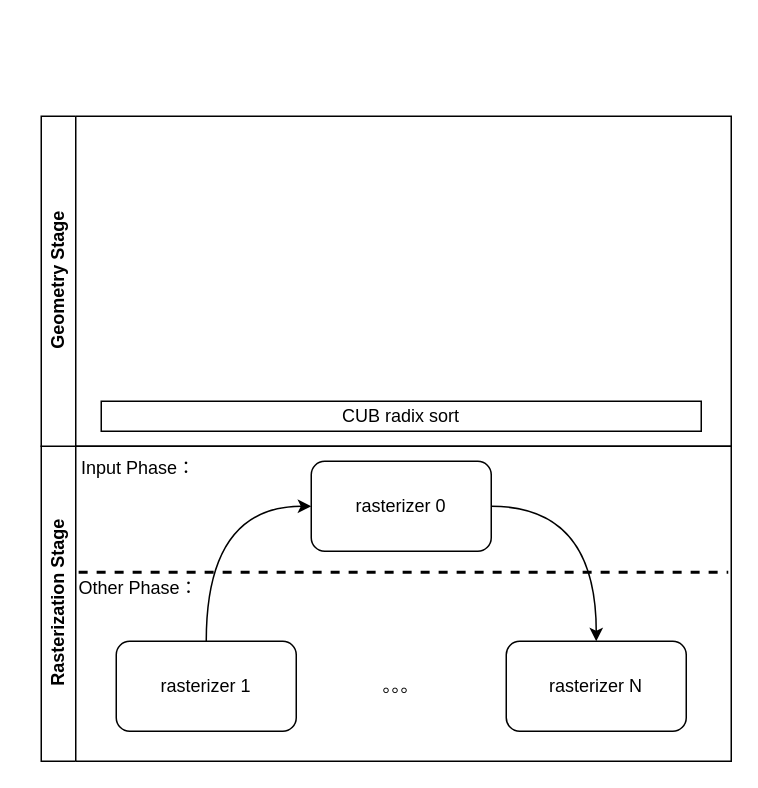
The draw.io diagram sig18primitiveorder.drawio in spaceboy202105/img, before the edit. Source tidied: cells renumbered, new cells numbered last; positions are measured from the earlier drawing's top-left corner, leaving out a move shared by most shapes. Both pictures are drawn from the tidied source at 150%, with x=0, y=0 at pixel (26, 116).
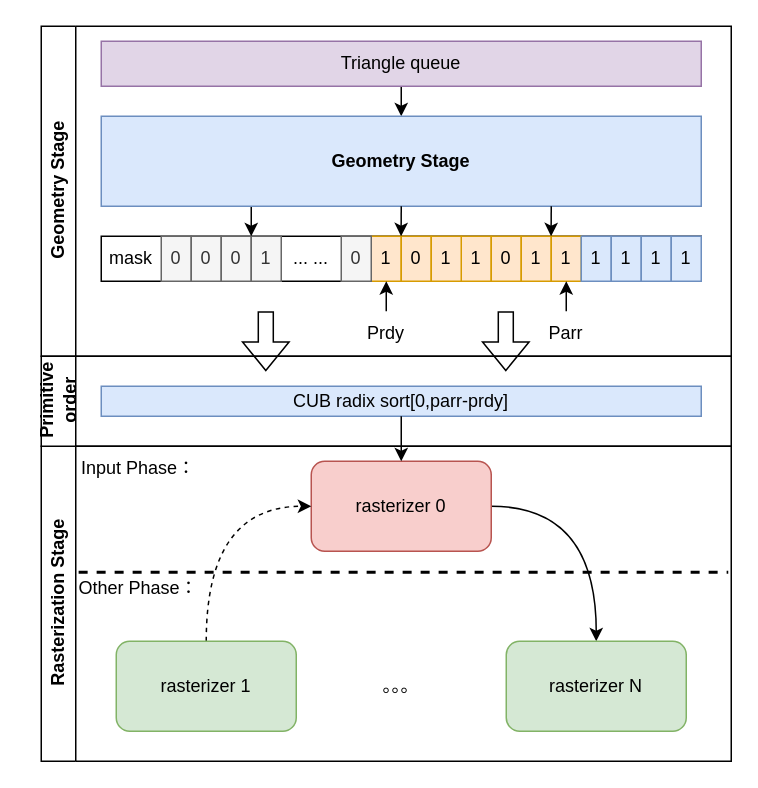
The same diagram, later.

The change refers to these unchanged cells:
```xml
<mxCell id="3" value="Rasterization Stage" style="swimlane;horizontal=0;whiteSpace=wrap;html=1;" parent="1" vertex="1">
  <mxGeometry x="10" y="220" width="460" height="210" as="geometry" />
</mxCell>
```

What changed in the source:
```diff
@@
-    <mxCell id="5" value="rasterizer 0" style="rounded=1;whiteSpace=wrap;html=1;" parent="3" vertex="1">
+    <mxCell id="5" value="rasterizer 0" style="rounded=1;whiteSpace=wrap;html=1;fillColor=#f8cecc;strokeColor=#b85450;" parent="3" vertex="1">
       <mxGeometry x="180" y="10" width="120" height="60" as="geometry" />
     </mxCell>
-    <mxCell id="6" style="edgeStyle=orthogonalEdgeStyle;rounded=0;jettySize=auto;html=1;exitX=0.5;exitY=0;exitDx=0;exitDy=0;entryX=0;entryY=0.5;entryDx=0;entryDy=0;curved=1;" parent="3" edge="1" source="7" target="5">
+    <mxCell id="6" style="edgeStyle=orthogonalEdgeStyle;rounded=0;jettySize=auto;html=1;exitX=0.5;exitY=0;exitDx=0;exitDy=0;entryX=0;entryY=0.5;entryDx=0;entryDy=0;curved=1;dashed=1;" parent="3" edge="1" source="7" target="5">
       <mxGeometry relative="1" as="geometry" />
     </mxCell>
-    <mxCell id="7" value="rasterizer 1" style="rounded=1;whiteSpace=wrap;html=1;" parent="3" vertex="1">
+    <mxCell id="7" value="rasterizer 1" style="rounded=1;whiteSpace=wrap;html=1;fillColor=#d5e8d4;strokeColor=#82b366;" parent="3" vertex="1">
       <mxGeometry x="50" y="130" width="120" height="60" as="geometry" />
     </mxCell>
-    <mxCell id="8" value="rasterizer N" style="rounded=1;whiteSpace=wrap;html=1;" parent="3" vertex="1">
+    <mxCell id="8" value="rasterizer N" style="rounded=1;whiteSpace=wrap;html=1;fillColor=#d5e8d4;strokeColor=#82b366;" parent="3" vertex="1">
       <mxGeometry x="310" y="130" width="120" height="60" as="geometry" />
     </mxCell>
@@
     <mxCell id="12" value="Geometry Stage" style="swimlane;horizontal=0;whiteSpace=wrap;html=1;" parent="1" vertex="1">
-      <mxGeometry x="10" width="460" height="220" as="geometry" />
+      <mxGeometry x="10" y="-60" width="460" height="220" as="geometry" />
     </mxCell>
+    <mxCell id="14" style="rounded=0;whiteSpace=wrap;html=1;" parent="12" vertex="1">
+      <mxGeometry x="40" y="140" width="400" height="30" as="geometry" />
+    </mxCell>
+    <mxCell id="15" value="0" style="rounded=0;whiteSpace=wrap;html=1;fillColor=#f5f5f5;fontColor=#333333;strokeColor=#666666;" parent="12" vertex="1">
+      <mxGeometry x="80" y="140" width="20" height="30" as="geometry" />
+    </mxCell>
+    <mxCell id="16" value="0" style="rounded=0;whiteSpace=wrap;html=1;fillColor=#f5f5f5;fontColor=#333333;strokeColor=#666666;" parent="12" vertex="1">
+      <mxGeometry x="100" y="140" width="20" height="30" as="geometry" />
+    </mxCell>
+    <mxCell id="17" value="0" style="rounded=0;whiteSpace=wrap;html=1;fillColor=#f5f5f5;fontColor=#333333;strokeColor=#666666;" parent="12" vertex="1">
+      <mxGeometry x="120" y="140" width="20" height="30" as="geometry" />
+    </mxCell>
+    <mxCell id="18" value="1" style="rounded=0;whiteSpace=wrap;html=1;fillColor=#f5f5f5;fontColor=#333333;strokeColor=#666666;" parent="12" vertex="1">
+      <mxGeometry x="140" y="140" width="20" height="30" as="geometry" />
+    </mxCell>
+    <mxCell id="19" style="edgeStyle=orthogonalEdgeStyle;rounded=0;jettySize=auto;html=1;exitX=0.5;exitY=1;exitDx=0;exitDy=0;entryX=0.5;entryY=0;entryDx=0;entryDy=0;" parent="12" edge="1" source="20" target="38">
+      <mxGeometry relative="1" as="geometry" />
+    </mxCell>
+    <mxCell id="20" value="Triangle queue" style="rounded=0;whiteSpace=wrap;html=1;fillColor=#e1d5e7;strokeColor=#9673a6;" parent="12" vertex="1">
+      <mxGeometry x="40" y="10" width="400" height="30" as="geometry" />
+    </mxCell>
+    <mxCell id="21" value="1" style="rounded=0;whiteSpace=wrap;html=1;fillColor=#ffe6cc;strokeColor=#d79b00;" parent="12" vertex="1">
+      <mxGeometry x="280" y="140" width="20" height="30" as="geometry" />
+    </mxCell>
+    <mxCell id="22" value="0" style="rounded=0;whiteSpace=wrap;html=1;fillColor=#ffe6cc;strokeColor=#d79b00;" parent="12" vertex="1">
+      <mxGeometry x="300" y="140" width="20" height="30" as="geometry" />
+    </mxCell>
+    <mxCell id="23" value="1" style="rounded=0;whiteSpace=wrap;html=1;fillColor=#ffe6cc;strokeColor=#d79b00;" parent="12" vertex="1">
+      <mxGeometry x="320" y="140" width="20" height="30" as="geometry" />
+    </mxCell>
+    <mxCell id="24" value="1" style="rounded=0;whiteSpace=wrap;html=1;fillColor=#ffe6cc;strokeColor=#d79b00;" parent="12" vertex="1">
+      <mxGeometry x="340" y="140" width="20" height="30" as="geometry" />
+    </mxCell>
+    <mxCell id="25" value="1" style="rounded=0;whiteSpace=wrap;html=1;fillColor=#dae8fc;strokeColor=#6c8ebf;" parent="12" vertex="1">
+      <mxGeometry x="360" y="140" width="20" height="30" as="geometry" />
+    </mxCell>
+    <mxCell id="26" value="1" style="rounded=0;whiteSpace=wrap;html=1;fillColor=#ffe6cc;strokeColor=#d79b00;" parent="12" vertex="1">
+      <mxGeometry x="220" y="140" width="20" height="30" as="geometry" />
+    </mxCell>
+    <mxCell id="27" value="0" style="rounded=0;whiteSpace=wrap;html=1;fillColor=#ffe6cc;strokeColor=#d79b00;" parent="12" vertex="1">
+      <mxGeometry x="240" y="140" width="20" height="30" as="geometry" />
+    </mxCell>
+    <mxCell id="28" value="1" style="rounded=0;whiteSpace=wrap;html=1;fillColor=#ffe6cc;strokeColor=#d79b00;" parent="12" vertex="1">
+      <mxGeometry x="260" y="140" width="20" height="30" as="geometry" />
+    </mxCell>
+    <mxCell id="29" value="1" style="rounded=0;whiteSpace=wrap;html=1;fillColor=#dae8fc;strokeColor=#6c8ebf;" parent="12" vertex="1">
+      <mxGeometry x="380" y="140" width="20" height="30" as="geometry" />
+    </mxCell>
+    <mxCell id="30" value="1" style="rounded=0;whiteSpace=wrap;html=1;fillColor=#dae8fc;strokeColor=#6c8ebf;" parent="12" vertex="1">
+      <mxGeometry x="400" y="140" width="20" height="30" as="geometry" />
+    </mxCell>
+    <mxCell id="31" value="1" style="rounded=0;whiteSpace=wrap;html=1;fillColor=#dae8fc;strokeColor=#6c8ebf;" parent="12" vertex="1">
+      <mxGeometry x="420" y="140" width="20" height="30" as="geometry" />
+    </mxCell>
+    <mxCell id="32" value="... ..." style="text;html=1;align=center;verticalAlign=middle;whiteSpace=wrap;rounded=0;" parent="12" vertex="1">
+      <mxGeometry x="160" y="140" width="40" height="30" as="geometry" />
+    </mxCell>
+    <mxCell id="33" style="edgeStyle=orthogonalEdgeStyle;rounded=0;jettySize=auto;html=1;exitX=0.5;exitY=0;exitDx=0;exitDy=0;entryX=0.5;entryY=1;entryDx=0;entryDy=0;fillColor=#ffe6cc;strokeColor=#000000;" parent="12" edge="1" source="34" target="26">
+      <mxGeometry relative="1" as="geometry" />
+    </mxCell>
+    <mxCell id="34" value="Prdy" style="text;html=1;align=center;verticalAlign=middle;whiteSpace=wrap;rounded=0;" parent="12" vertex="1">
+      <mxGeometry x="200" y="190" width="60" height="30" as="geometry" />
+    </mxCell>
+    <mxCell id="35" style="edgeStyle=orthogonalEdgeStyle;rounded=0;jettySize=auto;html=1;exitX=0.5;exitY=0;exitDx=0;exitDy=0;entryX=0.5;entryY=1;entryDx=0;entryDy=0;fillColor=#ffe6cc;strokeColor=#000000;" parent="12" edge="1" source="36" target="24">
+      <mxGeometry relative="1" as="geometry" />
+    </mxCell>
+    <mxCell id="36" value="Parr" style="text;html=1;align=center;verticalAlign=middle;whiteSpace=wrap;rounded=0;" parent="12" vertex="1">
+      <mxGeometry x="320" y="190" width="60" height="30" as="geometry" />
+    </mxCell>
+    <mxCell id="37" style="edgeStyle=orthogonalEdgeStyle;rounded=0;jettySize=auto;html=1;exitX=0.25;exitY=1;exitDx=0;exitDy=0;entryX=1;entryY=0;entryDx=0;entryDy=0;" parent="12" edge="1" source="38" target="17">
+      <mxGeometry relative="1" as="geometry" />
+    </mxCell>
+    <mxCell id="38" value="&lt;span style=&quot;font-weight: 700;&quot;&gt;Geometry Stage&lt;/span&gt;" style="rounded=0;whiteSpace=wrap;html=1;fillColor=#dae8fc;strokeColor=#6c8ebf;" parent="12" vertex="1">
+      <mxGeometry x="40" y="60" width="400" height="60" as="geometry" />
+    </mxCell>
+    <mxCell id="39" style="edgeStyle=orthogonalEdgeStyle;rounded=0;jettySize=auto;html=1;exitX=0.5;exitY=1;exitDx=0;exitDy=0;entryX=0.187;entryY=0.2;entryDx=0;entryDy=0;entryPerimeter=0;" parent="12" edge="1" source="38">
+      <mxGeometry relative="1" as="geometry">
+        <mxPoint x="239.9" y="140" as="targetPoint" />
+      </mxGeometry>
+    </mxCell>
+    <mxCell id="40" style="edgeStyle=orthogonalEdgeStyle;rounded=0;jettySize=auto;html=1;exitX=0.75;exitY=1;exitDx=0;exitDy=0;entryX=0.812;entryY=0.2;entryDx=0;entryDy=0;entryPerimeter=0;" parent="12" edge="1" source="38">
+      <mxGeometry relative="1" as="geometry">
+        <mxPoint x="339.9" y="140" as="targetPoint" />
+      </mxGeometry>
+    </mxCell>
+    <mxCell id="41" value="mask" style="text;html=1;align=center;verticalAlign=middle;whiteSpace=wrap;rounded=0;" parent="12" vertex="1">
+      <mxGeometry x="30" y="140" width="60" height="30" as="geometry" />
+    </mxCell>
+    <mxCell id="42" value="0" style="rounded=0;whiteSpace=wrap;html=1;fillColor=#f5f5f5;fontColor=#333333;strokeColor=#666666;" parent="12" vertex="1">
+      <mxGeometry x="200" y="140" width="20" height="30" as="geometry" />
+    </mxCell>
+    <mxCell id="43" style="shape=flexArrow;endArrow=classic;html=1;rounded=0;" parent="12" edge="1">
+      <mxGeometry relative="1" as="geometry">
+        <mxPoint x="149.7" y="190" as="sourcePoint" />
+        <mxPoint x="149.7" y="230" as="targetPoint" />
+      </mxGeometry>
+    </mxCell>
+    <mxCell id="44" style="shape=flexArrow;endArrow=classic;html=1;rounded=0;" parent="12" edge="1">
+      <mxGeometry relative="1" as="geometry">
+        <mxPoint x="309.7" y="190" as="sourcePoint" />
+        <mxPoint x="309.7" y="230" as="targetPoint" />
+      </mxGeometry>
+    </mxCell>
+    <mxCell id="45" value="Primitive order" style="swimlane;horizontal=0;whiteSpace=wrap;html=1;" parent="1" vertex="1">
+      <mxGeometry x="10" y="160" width="460" height="60" as="geometry" />
+    </mxCell>
-    <mxCell id="13" value="CUB radix sort" style="rounded=0;whiteSpace=wrap;html=1;" parent="12" vertex="1">
-      <mxGeometry x="40" y="190" width="400" height="20" as="geometry" />
+    <mxCell id="13" value="CUB radix sort[0,parr-prdy]" style="rounded=0;whiteSpace=wrap;html=1;fillColor=#dae8fc;strokeColor=#6c8ebf;" parent="45" vertex="1">
+      <mxGeometry x="40" y="20" width="400" height="20" as="geometry" />
     </mxCell>
+    <mxCell id="46" style="edgeStyle=orthogonalEdgeStyle;rounded=0;jettySize=auto;html=1;" parent="1" edge="1" source="13" target="5">
+      <mxGeometry relative="1" as="geometry" />
+    </mxCell>
```
